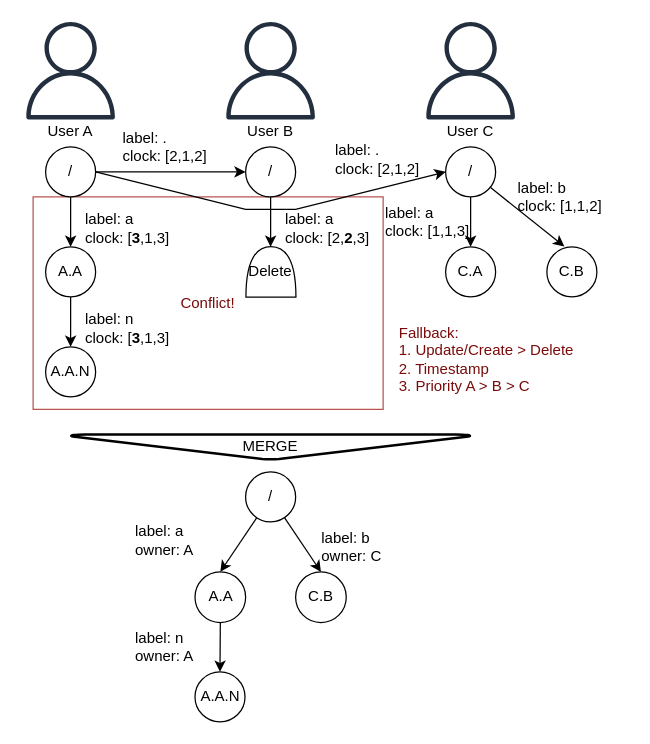
Earlier version of the draw.io diagram docs/crdt.drawio (fsteff/certacrypt). Source tidied: cells renumbered, new cells numbered last; positions are measured from the earlier drawing's top-left corner, leaving out a move shared by most shapes. Both pictures are drawn from the tidied source at 125%, with x=0, y=0 at pixel (21, 21).
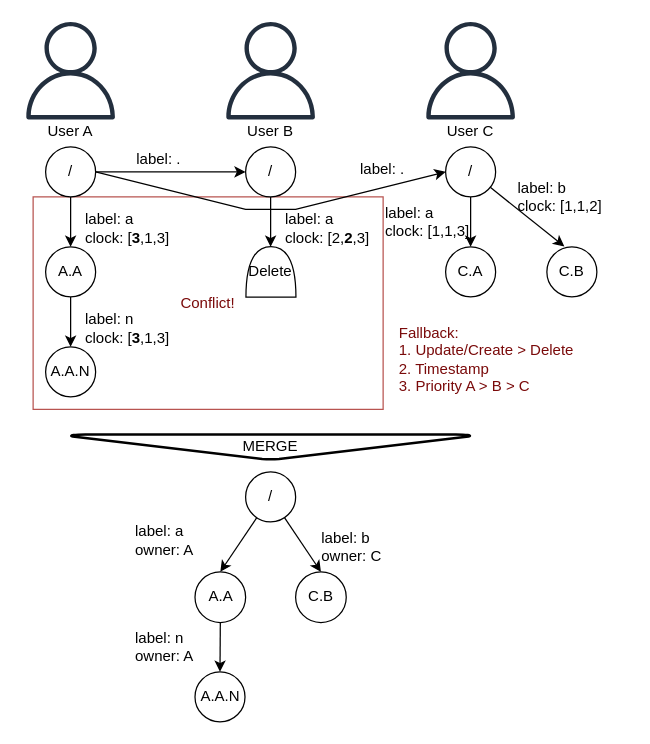
After the change.

Diff of the diagram source:
```diff
@@
-    <mxCell id="23" value="label: .&lt;br&gt;clock: [2,1,2]" style="text;html=1;strokeColor=none;fillColor=none;align=left;verticalAlign=middle;whiteSpace=wrap;rounded=0;" parent="1" vertex="1">
-      <mxGeometry x="79" y="80" width="70" height="40" as="geometry" />
+    <mxCell id="23" value="label: ." style="text;html=1;strokeColor=none;fillColor=none;align=left;verticalAlign=middle;whiteSpace=wrap;rounded=0;" parent="1" vertex="1">
+      <mxGeometry x="90" y="90" width="70" height="40" as="geometry" />
     </mxCell>
-    <mxCell id="24" value="label: .&lt;br&gt;clock: [2,1,2]" style="text;html=1;strokeColor=none;fillColor=none;align=left;verticalAlign=middle;whiteSpace=wrap;rounded=0;" parent="1" vertex="1">
-      <mxGeometry x="249" y="90" width="80" height="40" as="geometry" />
+    <mxCell id="24" value="label: ." style="text;html=1;strokeColor=none;fillColor=none;align=left;verticalAlign=middle;whiteSpace=wrap;rounded=0;" parent="1" vertex="1">
+      <mxGeometry x="269" y="98" width="80" height="40" as="geometry" />
     </mxCell>
```
